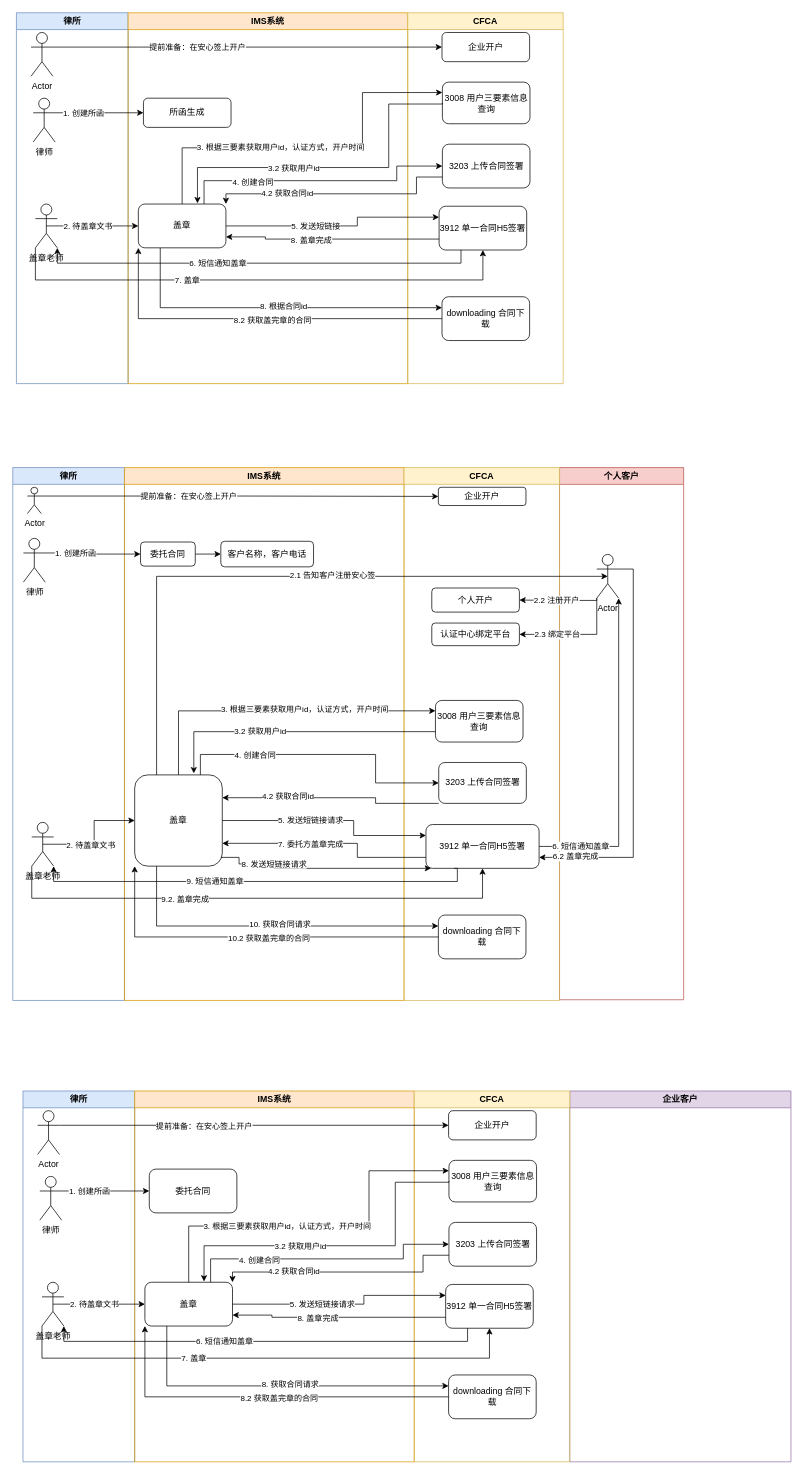
Above: CFCA.drawio in hy986/Repo_0110 (draw.io), before the change. Source tidied: cells renumbered, new cells numbered last; positions are measured from the earlier drawing's top-left corner, leaving out a move shared by most shapes. Both pictures are drawn from the tidied source at 73%, with x=0, y=0 at pixel (12, 12).
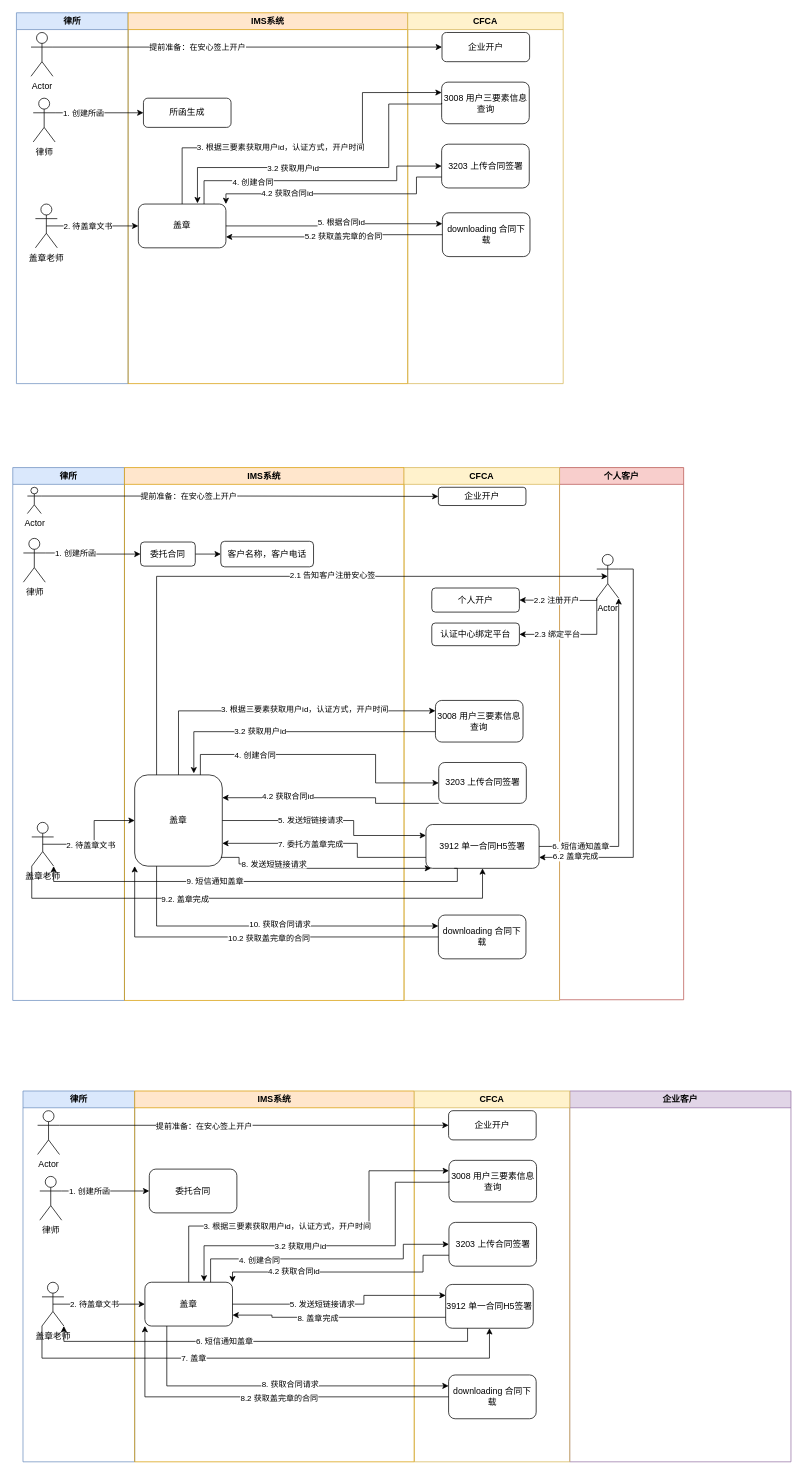
After the change.

The change refers to these unchanged cells:
```xml
<mxCell id="4" value="盖章老师" style="shape=umlActor;verticalLabelPosition=bottom;verticalAlign=top;html=1;outlineConnect=0;" parent="2" vertex="1">
  <mxGeometry x="26" y="262" width="30" height="60" as="geometry" />
</mxCell>
<mxCell id="8" value="盖章" style="rounded=1;whiteSpace=wrap;html=1;" parent="6" vertex="1">
  <mxGeometry x="14" y="262" width="120" height="60" as="geometry" />
</mxCell>
<mxCell id="16" value="CFCA" style="swimlane;whiteSpace=wrap;html=1;fillColor=#fff2cc;strokeColor=#d6b656;" parent="1" vertex="1">
  <mxGeometry x="541" width="213" height="508" as="geometry" />
</mxCell>
```

Diff of the diagram source:
```diff
@@
     <mxCell id="17" value="3203&amp;nbsp;上传合同签署" style="rounded=1;whiteSpace=wrap;html=1;" parent="16" vertex="1">
-      <mxGeometry x="47.5" y="180" width="120" height="60" as="geometry" />
+      <mxGeometry x="46.5" y="180" width="120" height="60" as="geometry" />
     </mxCell>
     <mxCell id="18" value="3008&amp;nbsp;用户三要素信息查询" style="rounded=1;whiteSpace=wrap;html=1;" parent="16" vertex="1">
-      <mxGeometry x="47.5" y="95" width="120" height="57" as="geometry" />
+      <mxGeometry x="46.5" y="95" width="120" height="57" as="geometry" />
     </mxCell>
-    <mxCell id="19" value="3912&amp;nbsp;单一合同H5签署" style="rounded=1;whiteSpace=wrap;html=1;" parent="16" vertex="1">
-      <mxGeometry x="43" y="265" width="120" height="60" as="geometry" />
-    </mxCell>
@@
     <mxCell id="21" value="downloading 合同下载" style="rounded=1;whiteSpace=wrap;html=1;" parent="16" vertex="1">
-      <mxGeometry x="47" y="389" width="120" height="60" as="geometry" />
+      <mxGeometry x="47.5" y="274" width="120" height="60" as="geometry" />
     </mxCell>
@@
-    <mxCell id="26" style="edgeStyle=orthogonalEdgeStyle;rounded=0;jettySize=auto;html=1;exitX=1;exitY=0.5;exitDx=0;exitDy=0;entryX=0;entryY=0.25;entryDx=0;entryDy=0;" parent="1" edge="1" source="8" target="19">
-      <mxGeometry relative="1" as="geometry">
-        <Array as="points">
-          <mxPoint x="472" y="292" />
-          <mxPoint x="472" y="280" />
-        </Array>
-      </mxGeometry>
-    </mxCell>
-    <mxCell id="27" value="5. 发送短链接" style="edgeLabel;html=1;align=center;verticalAlign=middle;" parent="26" vertex="1">
-      <mxGeometry x="-0.2" relative="1" as="geometry" />
-    </mxCell>
-    <mxCell id="28" style="edgeStyle=orthogonalEdgeStyle;rounded=0;jettySize=auto;html=1;entryX=1;entryY=1;entryDx=0;entryDy=0;exitX=0.25;exitY=1;exitDx=0;exitDy=0;entryPerimeter=0;" parent="1" edge="1" source="19" target="4">
-      <mxGeometry relative="1" as="geometry">
-        <Array as="points">
-          <mxPoint x="614" y="343" />
-          <mxPoint x="61" y="343" />
-        </Array>
-      </mxGeometry>
-    </mxCell>
-    <mxCell id="29" value="6. 短信通知盖章" style="edgeLabel;html=1;align=center;verticalAlign=middle;" parent="28" vertex="1">
-      <mxGeometry x="0.19" y="-1" relative="1" as="geometry" />
-    </mxCell>
-    <mxCell id="30" style="edgeStyle=orthogonalEdgeStyle;rounded=0;jettySize=auto;html=1;exitX=0;exitY=1;exitDx=0;exitDy=0;exitPerimeter=0;entryX=0.5;entryY=1;entryDx=0;entryDy=0;" parent="1" edge="1" source="4" target="19">
-      <mxGeometry relative="1" as="geometry">
-        <Array as="points">
-          <mxPoint x="31" y="366" />
-          <mxPoint x="644" y="366" />
-        </Array>
-      </mxGeometry>
-    </mxCell>
-    <mxCell id="31" value="7. 盖章" style="edgeLabel;html=1;align=center;verticalAlign=middle;" parent="30" vertex="1">
-      <mxGeometry x="-0.28" relative="1" as="geometry" />
-    </mxCell>
-    <mxCell id="32" style="edgeStyle=orthogonalEdgeStyle;rounded=0;jettySize=auto;html=1;entryX=1;entryY=0.75;entryDx=0;entryDy=0;exitX=0;exitY=0.75;exitDx=0;exitDy=0;" parent="1" edge="1" source="19" target="8">
-      <mxGeometry relative="1" as="geometry">
-        <Array as="points">
-          <mxPoint x="346" y="310" />
-          <mxPoint x="346" y="307" />
-        </Array>
-      </mxGeometry>
-    </mxCell>
-    <mxCell id="33" value="8. 盖章完成" style="edgeLabel;html=1;align=center;verticalAlign=middle;" parent="32" vertex="1">
-      <mxGeometry x="0.38" y="-4" relative="1" as="geometry">
-        <mxPoint x="28" y="5" as="offset" />
-      </mxGeometry>
-    </mxCell>
@@
-    <mxCell id="40" style="edgeStyle=orthogonalEdgeStyle;rounded=0;jettySize=auto;html=1;exitX=0;exitY=0.5;exitDx=0;exitDy=0;entryX=0;entryY=1;entryDx=0;entryDy=0;" parent="1" edge="1" source="21" target="8">
+    <mxCell id="40" style="edgeStyle=orthogonalEdgeStyle;rounded=0;jettySize=auto;html=1;exitX=0;exitY=0.5;exitDx=0;exitDy=0;entryX=1;entryY=0.75;entryDx=0;entryDy=0;" parent="1" edge="1" source="21" target="8">
       <mxGeometry relative="1" as="geometry" />
     </mxCell>
-    <mxCell id="41" value="8.2 获取盖完章的合同" style="edgeLabel;html=1;align=center;verticalAlign=middle;" parent="40" vertex="1">
+    <mxCell id="41" value="5.2 获取盖完章的合同" style="edgeLabel;html=1;align=center;verticalAlign=middle;" parent="40" vertex="1">
       <mxGeometry x="-0.09" y="1" relative="1" as="geometry" />
     </mxCell>
-    <mxCell id="42" style="edgeStyle=orthogonalEdgeStyle;rounded=0;jettySize=auto;html=1;exitX=0.25;exitY=1;exitDx=0;exitDy=0;entryX=0;entryY=0.25;entryDx=0;entryDy=0;" parent="1" edge="1" source="8" target="21">
+    <mxCell id="42" style="edgeStyle=orthogonalEdgeStyle;rounded=0;jettySize=auto;html=1;exitX=1;exitY=0.5;exitDx=0;exitDy=0;entryX=0;entryY=0.25;entryDx=0;entryDy=0;" parent="1" edge="1" source="8" target="21">
       <mxGeometry relative="1" as="geometry" />
     </mxCell>
-    <mxCell id="43" value="8. 根据合同id" style="edgeLabel;html=1;align=center;verticalAlign=middle;" parent="42" vertex="1">
+    <mxCell id="43" value="5. 根据合同id" style="edgeLabel;html=1;align=center;verticalAlign=middle;" parent="42" vertex="1">
       <mxGeometry x="0.07" y="3" relative="1" as="geometry" />
     </mxCell>
```
